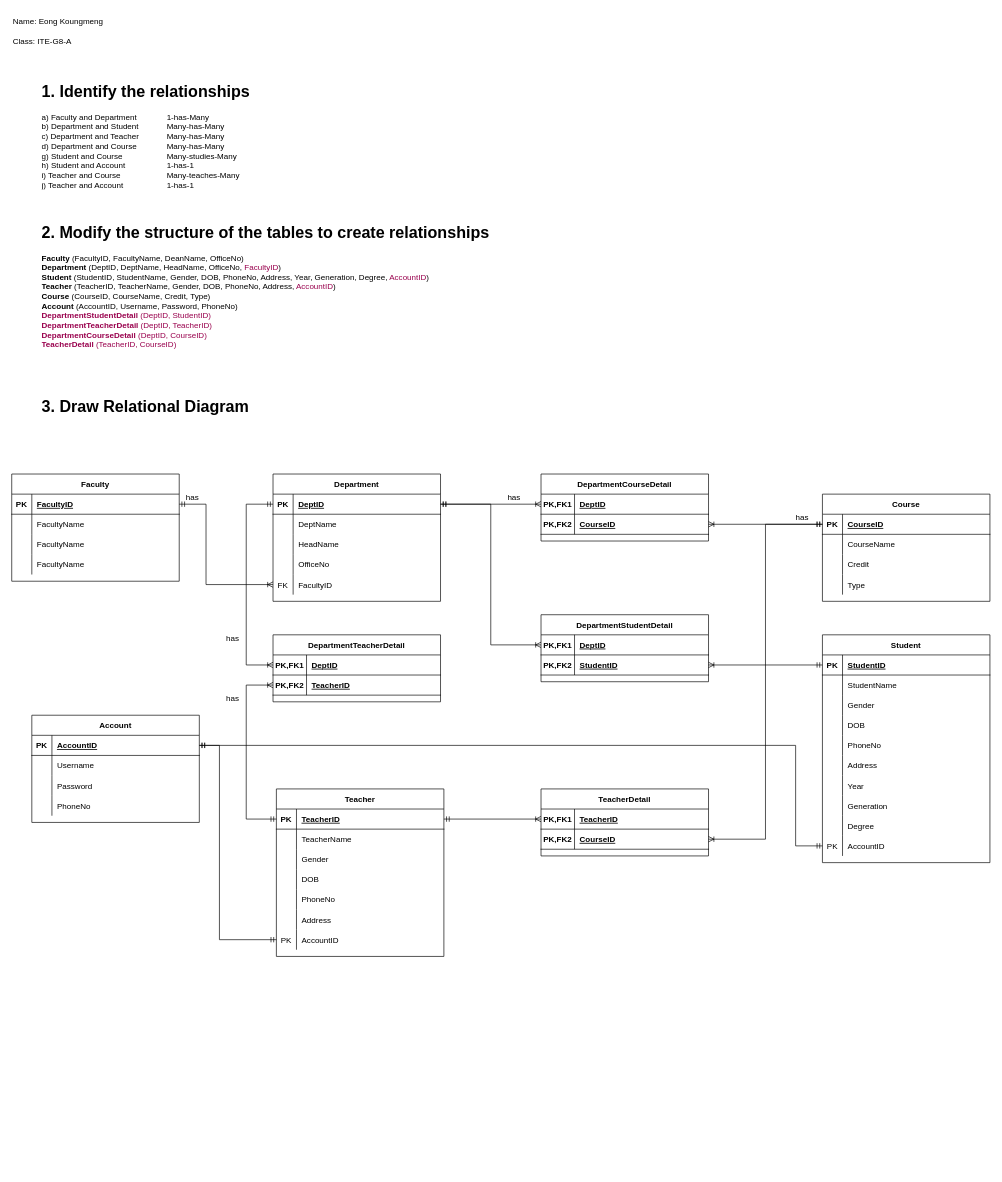
Above: Eong Koungmeng.drawio in Eong-Koungmeng/APL-Sem2 (draw.io), before the change. Source tidied: cells renumbered, new cells numbered last; positions are measured from the earlier drawing's top-left corner, leaving out a move shared by most shapes. Both pictures are drawn from the tidied source at 67%, with x=0, y=0 at pixel (11, 11).
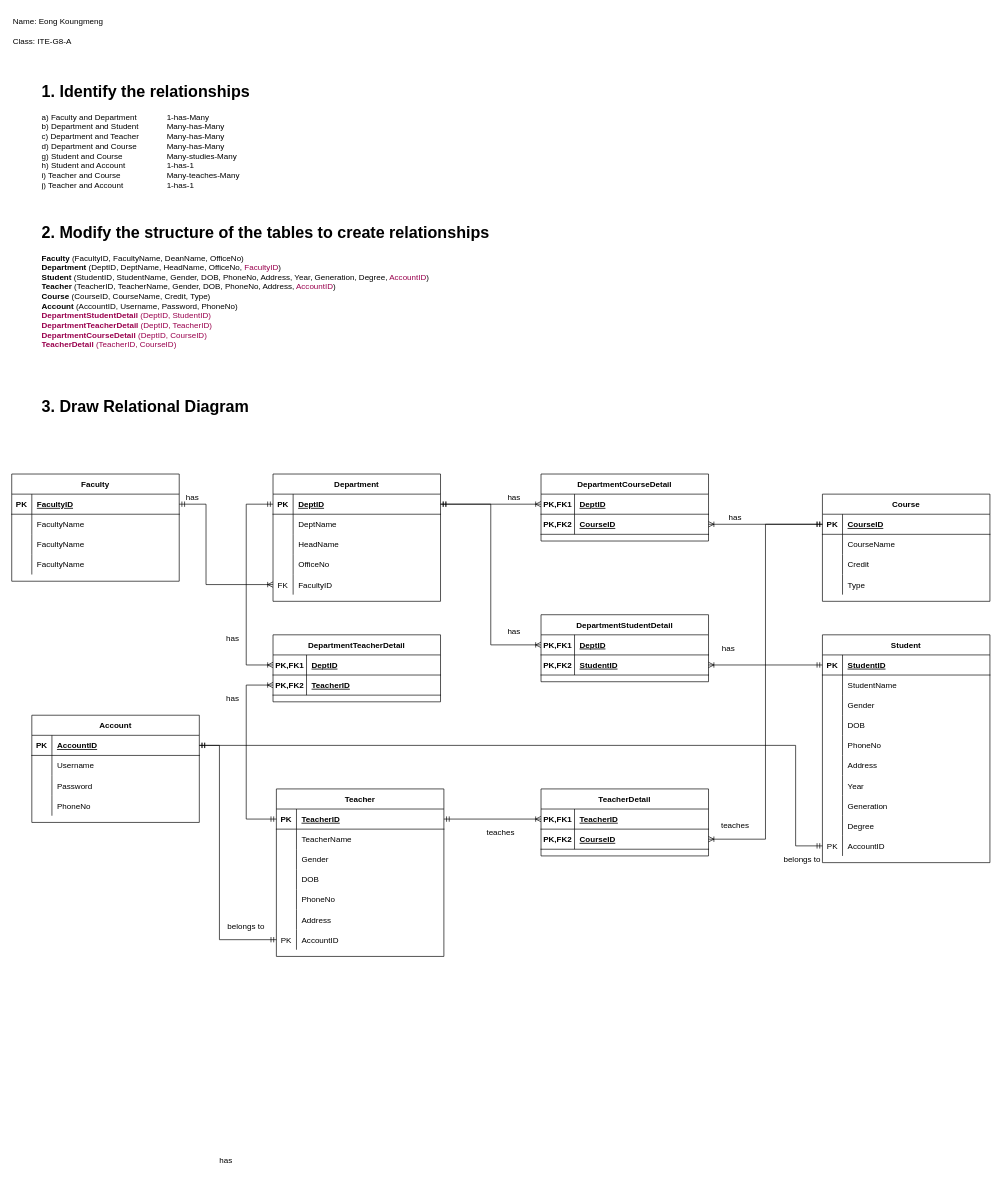
The same diagram, later.

The edit, as a diff of the source:
```diff
@@
     <mxCell id="156" value="has" style="text;html=1;strokeColor=none;fillColor=none;align=center;verticalAlign=middle;whiteSpace=wrap;rounded=0;" parent="1" vertex="1">
-      <mxGeometry x="1150" y="740" width="60" height="30" as="geometry" />
+      <mxGeometry x="1050" y="740" width="60" height="30" as="geometry" />
     </mxCell>
@@
+    <mxCell id="159" value="has" style="text;html=1;strokeColor=none;fillColor=none;align=center;verticalAlign=middle;whiteSpace=wrap;rounded=0;" parent="1" vertex="1">
+      <mxGeometry x="290" y="1700" width="60" height="30" as="geometry" />
+    </mxCell>
+    <mxCell id="160" value="belongs to" style="text;html=1;strokeColor=none;fillColor=none;align=center;verticalAlign=middle;whiteSpace=wrap;rounded=0;" parent="1" vertex="1">
+      <mxGeometry x="320" y="1350" width="60" height="30" as="geometry" />
+    </mxCell>
+    <mxCell id="161" value="belongs to" style="text;html=1;strokeColor=none;fillColor=none;align=center;verticalAlign=middle;whiteSpace=wrap;rounded=0;" parent="1" vertex="1">
+      <mxGeometry x="1150" y="1250" width="60" height="30" as="geometry" />
+    </mxCell>
+    <mxCell id="162" value="teaches" style="text;html=1;strokeColor=none;fillColor=none;align=center;verticalAlign=middle;whiteSpace=wrap;rounded=0;" parent="1" vertex="1">
+      <mxGeometry x="700" y="1210" width="60" height="30" as="geometry" />
+    </mxCell>
+    <mxCell id="163" value="teaches" style="text;html=1;strokeColor=none;fillColor=none;align=center;verticalAlign=middle;whiteSpace=wrap;rounded=0;" parent="1" vertex="1">
+      <mxGeometry x="1050" y="1200" width="60" height="30" as="geometry" />
+    </mxCell>
+    <mxCell id="164" value="has" style="text;html=1;strokeColor=none;fillColor=none;align=center;verticalAlign=middle;whiteSpace=wrap;rounded=0;" parent="1" vertex="1">
+      <mxGeometry x="720" y="910" width="60" height="30" as="geometry" />
+    </mxCell>
+    <mxCell id="165" value="has" style="text;html=1;strokeColor=none;fillColor=none;align=center;verticalAlign=middle;whiteSpace=wrap;rounded=0;" parent="1" vertex="1">
+      <mxGeometry x="1040" y="935" width="60" height="30" as="geometry" />
+    </mxCell>
```
